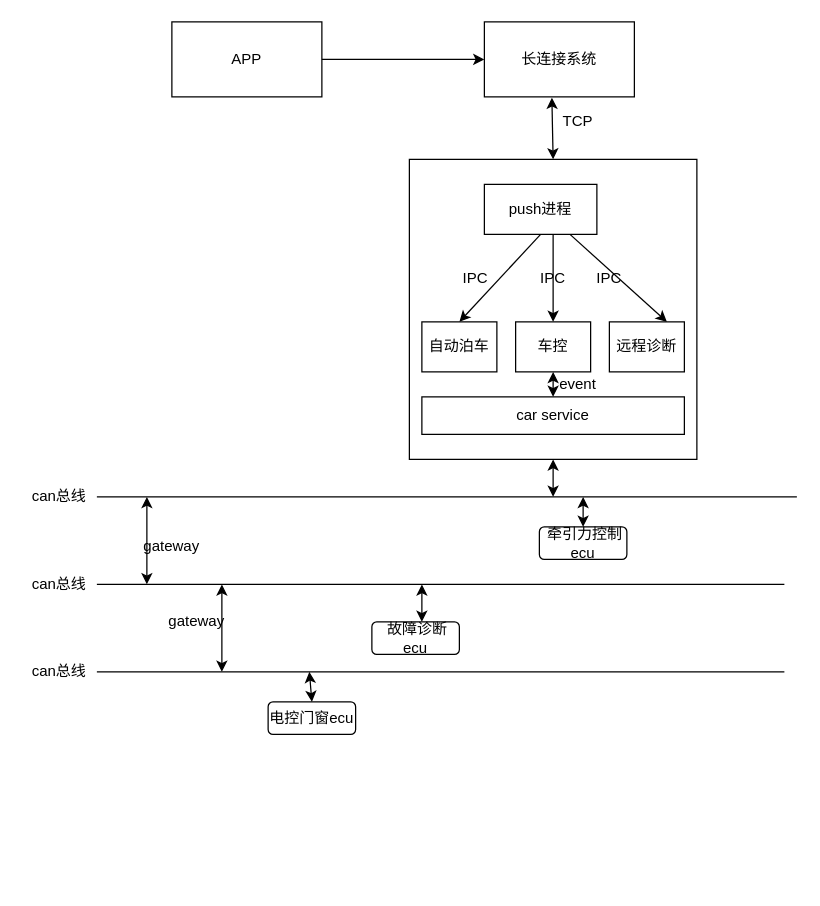
The draw.io diagram arch/carNet/carNet.drawio in zhangchuhu/drawio, before the edit. Source tidied: cells renumbered, new cells numbered last; positions are measured from the earlier drawing's top-left corner, leaving out a move shared by most shapes. Both pictures are drawn from the tidied source at 125%, with x=0, y=0 at pixel (21, 21).
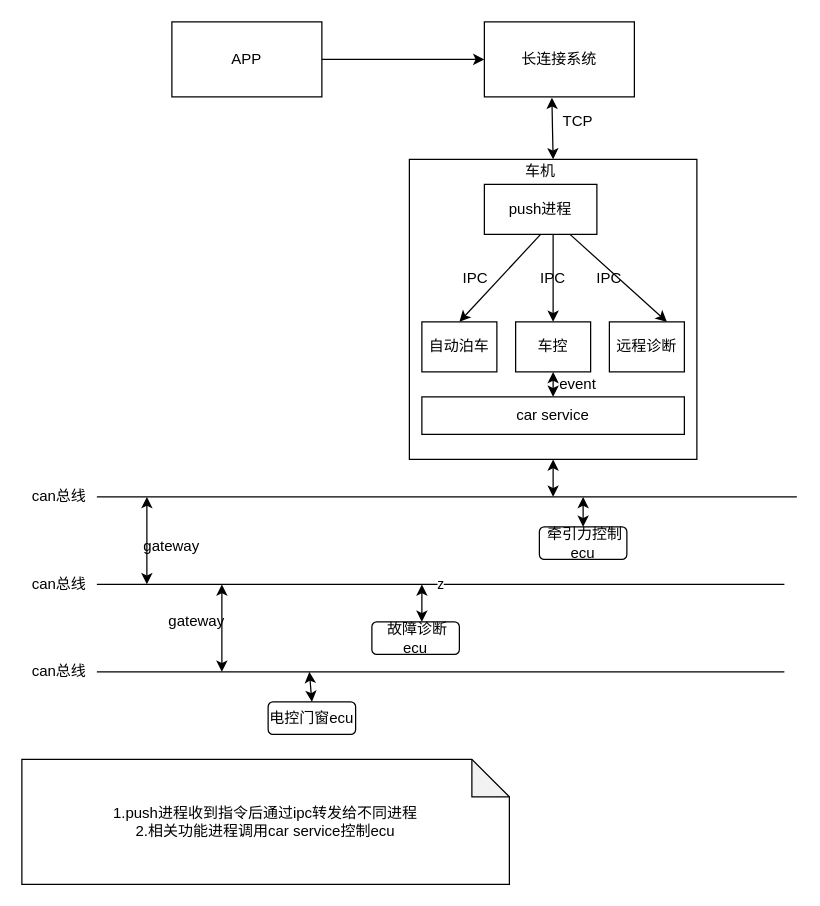
The same diagram, later.

Change to the diagram source:
```diff
@@
-    <mxCell id="11" style="endArrow=none;html=1;" parent="1" edge="1">
+    <mxCell id="11" value="z" style="endArrow=none;html=1;" parent="1" edge="1">
       <mxGeometry relative="1" as="geometry">
         <mxPoint x="60" y="450" as="sourcePoint" />
         <mxPoint x="610" y="450" as="targetPoint" />
       </mxGeometry>
     </mxCell>
@@
+    <mxCell id="40" value="车机" style="text;html=1;strokeColor=none;fillColor=none;align=center;verticalAlign=middle;whiteSpace=wrap;rounded=0;" parent="1" vertex="1">
+      <mxGeometry x="395" y="110" width="40" height="20" as="geometry" />
+    </mxCell>
+    <mxCell id="41" value="1.push进程收到指令后通过ipc转发给不同进程&lt;br&gt;2.相关功能进程调用car service控制ecu" style="shape=note;whiteSpace=wrap;html=1;backgroundOutline=1;darkOpacity=0.05;" parent="1" vertex="1">
+      <mxGeometry y="590" width="390" height="100" as="geometry" />
+    </mxCell>
```
